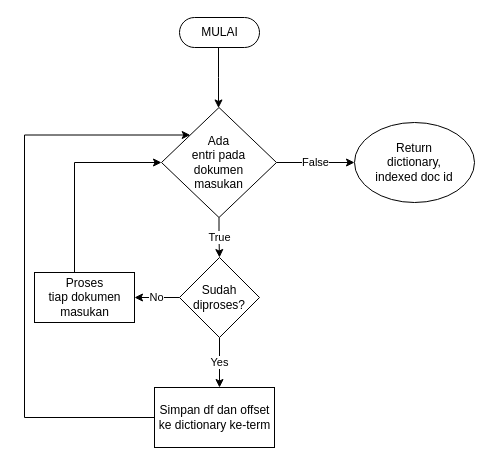
The draw.io diagram Load Dictionary.drawio in eliteraihan/boolean-retrieval-engine, before the edit. Source tidied: cells renumbered, new cells numbered last; positions are measured from the earlier drawing's top-left corner, leaving out a move shared by most shapes. Both pictures are drawn from the tidied source at 100%, with x=0, y=0 at pixel (24, 17).
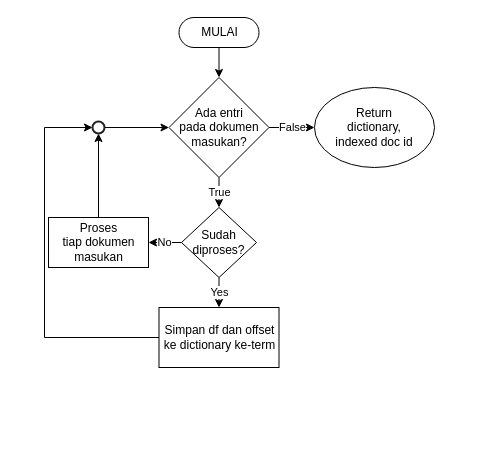
After the change.

What changed in the source:
```diff
@@
-    <mxCell id="2" style="edgeStyle=orthogonalEdgeStyle;rounded=0;jettySize=auto;html=1;" parent="1" edge="1" source="3" target="6">
-      <mxGeometry relative="1" as="geometry">
-        <Array as="points">
-          <mxPoint x="194" y="60" />
-          <mxPoint x="194" y="60" />
-        </Array>
-      </mxGeometry>
+    <mxCell id="2" style="edgeStyle=orthogonalEdgeStyle;rounded=0;jettySize=auto;html=1;exitX=0.5;exitY=0.5;exitDx=0;exitDy=15;exitPerimeter=0;entryX=0.5;entryY=0;entryDx=0;entryDy=0;" parent="1" edge="1" source="3" target="6">
+      <mxGeometry relative="1" as="geometry" />
     </mxCell>
     <mxCell id="3" value="MULAI" style="html=1;dashed=0;whitespace=wrap;shape=mxgraph.dfd.start;" parent="1" vertex="1">
-      <mxGeometry x="155" width="80" height="30" as="geometry" />
+      <mxGeometry x="154.5" width="80" height="30" as="geometry" />
     </mxCell>
@@
-    <mxCell id="6" value="Ada&lt;br&gt;entri pada&lt;br&gt;dokumen&lt;br&gt;masukan" style="rhombus;whiteSpace=wrap;html=1;" parent="1" vertex="1">
-      <mxGeometry x="137" y="90" width="115" height="110" as="geometry" />
+    <mxCell id="6" value="Ada entri&lt;br&gt;pada dokumen&lt;br&gt;masukan?" style="rhombus;whiteSpace=wrap;html=1;" parent="1" vertex="1">
+      <mxGeometry x="144.5" y="60" width="100" height="100" as="geometry" />
     </mxCell>
     <mxCell id="7" value="No" style="edgeStyle=orthogonalEdgeStyle;rounded=0;jettySize=auto;html=1;" parent="1" edge="1" source="9" target="12">
-      <mxGeometry relative="1" as="geometry" />
+      <mxGeometry relative="1" as="geometry">
+        <Array as="points">
+          <mxPoint x="137" y="225" />
+          <mxPoint x="137" y="225" />
+        </Array>
+      </mxGeometry>
     </mxCell>
-    <mxCell id="8" value="Yes" style="edgeStyle=orthogonalEdgeStyle;rounded=0;jettySize=auto;html=1;" parent="1" edge="1" source="9">
-      <mxGeometry relative="1" as="geometry">
-        <mxPoint x="195" y="370" as="targetPoint" />
-      </mxGeometry>
+    <mxCell id="8" value="Yes" style="edgeStyle=orthogonalEdgeStyle;rounded=0;jettySize=auto;html=1;" parent="1" edge="1" source="9" target="14">
+      <mxGeometry relative="1" as="geometry" />
     </mxCell>
     <mxCell id="9" value="Sudah&lt;br&gt;diproses?" style="rhombus;whiteSpace=wrap;html=1;" parent="1" vertex="1">
-      <mxGeometry x="155" y="240" width="80" height="80" as="geometry" />
+      <mxGeometry x="157" y="190" width="75" height="70" as="geometry" />
     </mxCell>
     <mxCell id="10" value="Return&lt;br&gt;dictionary,&lt;br&gt;indexed doc id" style="ellipse;whiteSpace=wrap;html=1;" parent="1" vertex="1">
-      <mxGeometry x="330" y="105" width="120" height="80" as="geometry" />
+      <mxGeometry x="290" y="70" width="120" height="80" as="geometry" />
     </mxCell>
-    <mxCell id="11" style="edgeStyle=orthogonalEdgeStyle;rounded=0;jettySize=auto;html=1;entryX=0;entryY=0.5;entryDx=0;entryDy=0;" parent="1" edge="1" source="12" target="6">
-      <mxGeometry relative="1" as="geometry">
-        <Array as="points">
-          <mxPoint x="50" y="145" />
-        </Array>
-      </mxGeometry>
-    </mxCell>
+    <mxCell id="15" style="edgeStyle=orthogonalEdgeStyle;rounded=0;jettySize=auto;html=1;exitX=0.5;exitY=0;exitDx=0;exitDy=0;entryX=0.5;entryY=1;entryDx=0;entryDy=0;entryPerimeter=0;" parent="1" edge="1" source="12" target="17">
+      <mxGeometry relative="1" as="geometry" />
+    </mxCell>
     <mxCell id="12" value="Proses&lt;br&gt;tiap dokumen&lt;br&gt;masukan" style="html=1;dashed=0;whitespace=wrap;" parent="1" vertex="1">
-      <mxGeometry x="10" y="255" width="100" height="50" as="geometry" />
+      <mxGeometry x="24" y="200" width="100" height="50" as="geometry" />
     </mxCell>
-    <mxCell id="13" style="edgeStyle=orthogonalEdgeStyle;rounded=0;jettySize=auto;html=1;entryX=0;entryY=0;entryDx=0;entryDy=0;" parent="1" edge="1" source="14" target="6">
+    <mxCell id="13" style="edgeStyle=orthogonalEdgeStyle;rounded=0;jettySize=auto;html=1;entryX=0;entryY=0.5;entryDx=0;entryDy=0;exitX=0;exitY=0.5;exitDx=0;exitDy=0;entryPerimeter=0;" parent="1" edge="1" source="14" target="17">
       <mxGeometry relative="1" as="geometry">
         <Array as="points">
-          <mxPoint y="400" />
-          <mxPoint y="117" />
+          <mxPoint x="20" y="320" />
+          <mxPoint x="20" y="110" />
         </Array>
       </mxGeometry>
     </mxCell>
     <mxCell id="14" value="Simpan df dan offset&lt;br&gt;ke dictionary ke-term" style="html=1;dashed=0;whitespace=wrap;" parent="1" vertex="1">
-      <mxGeometry x="130" y="370" width="120" height="60" as="geometry" />
+      <mxGeometry x="134.5" y="290" width="120" height="60" as="geometry" />
     </mxCell>
+    <mxCell id="16" style="edgeStyle=orthogonalEdgeStyle;rounded=0;jettySize=auto;html=1;exitX=1;exitY=0.5;exitDx=0;exitDy=0;exitPerimeter=0;" parent="1" edge="1" source="17" target="6">
+      <mxGeometry relative="1" as="geometry" />
+    </mxCell>
+    <mxCell id="17" style="html=1;verticalLabelPosition=bottom;labelBackgroundColor=#ffffff;verticalAlign=top;shadow=0;dashed=0;strokeWidth=2;shape=mxgraph.ios7.misc.circle;strokeColor=#222222;fillColor=none;" parent="1" vertex="1">
+      <mxGeometry x="68" y="104" width="12" height="12" as="geometry" />
+    </mxCell>
```
